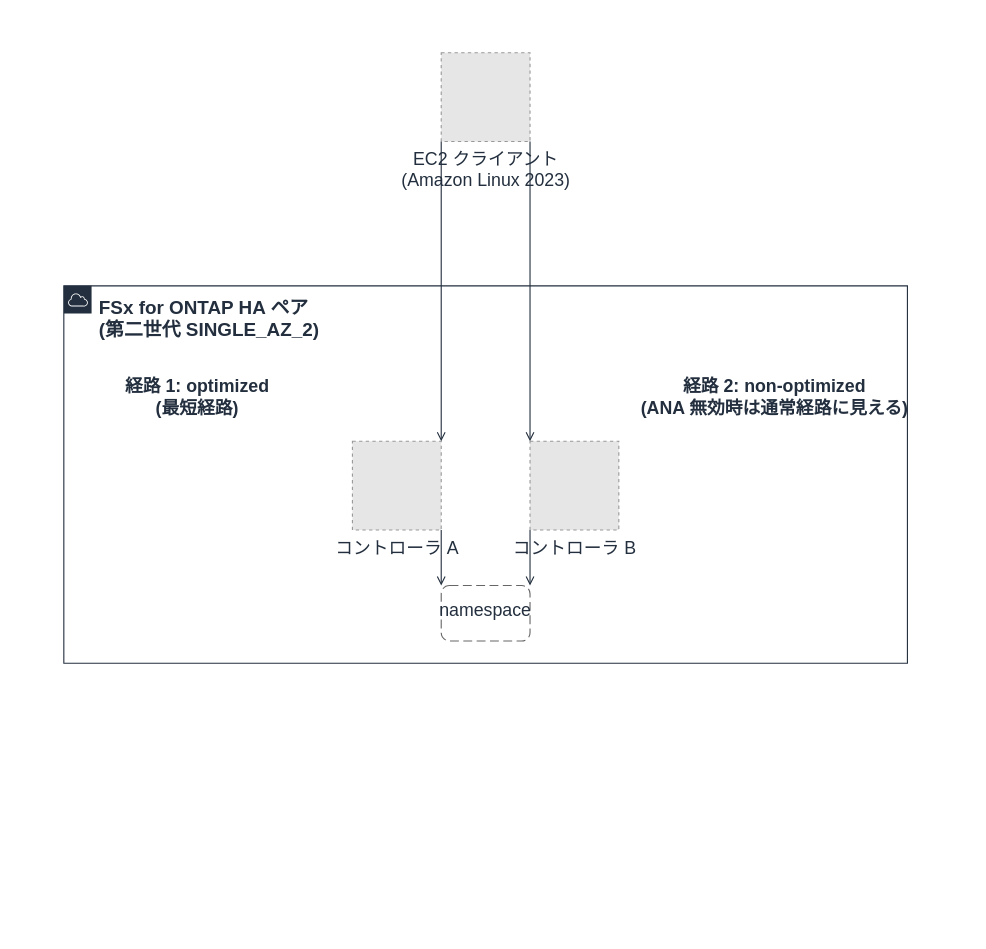
Yoshiki0705/S3-Burst-on-ONTAP-Files keeps this draw.io diagram as docs/_assets/diagrams/s3burst-block-b-multipath.drawio. Above is the earlier version. Source tidied: cells renumbered, new cells numbered last; positions are measured from the earlier drawing's top-left corner, leaving out a move shared by most shapes. Both pictures are drawn from the tidied source at 111%, with x=0, y=0 at pixel (41, 52). Pictures stored in the file or linked from it are replaced by grey dashed boxes.
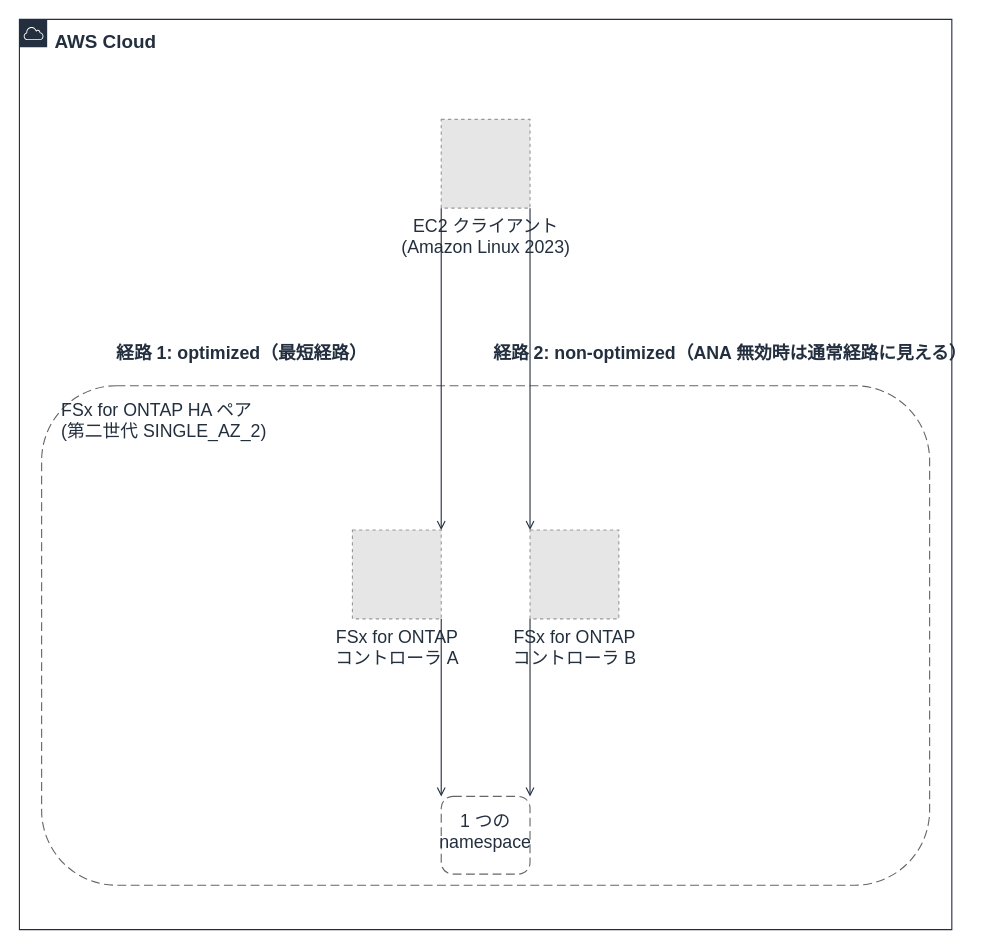
After the change.

What changed in the source:
```diff
@@
 <mxGraphModel>
   <root>
     <mxCell id="0" />
     <mxCell id="1" parent="0" />
+    <mxCell id="13" value="AWS Cloud" style="gradientColor=none;html=1;whiteSpace=wrap;fontSize=17;fontStyle=1;fontColor=#232F3E;shape=mxgraph.aws4.group;grIcon=mxgraph.aws4.group_aws_cloud;strokeColor=#232F3E;fillColor=none;verticalAlign=top;align=left;spacingLeft=30;spacingTop=4;dashed=0;" parent="1" vertex="1">
+      <mxGeometry x="-20" y="-30" width="840" height="820" as="geometry" />
+    </mxCell>
-    <mxCell id="2" value="FSx for ONTAP HA ペア&#10;(第二世代 SINGLE_AZ_2)" style="gradientColor=none;html=1;whiteSpace=wrap;fontSize=17;fontStyle=1;fontColor=#232F3E;shape=mxgraph.aws4.group;grIcon=mxgraph.aws4.group_aws_cloud;strokeColor=#232F3E;fillColor=none;verticalAlign=top;align=left;spacingLeft=30;spacingTop=4;dashed=0;" parent="1" vertex="1">
-      <mxGeometry x="20" y="210" width="760" height="340" as="geometry" />
+    <mxCell id="2" value="FSx for ONTAP HA ペア&#10;(第二世代 SINGLE_AZ_2)" style="rounded=1;whiteSpace=wrap;html=1;dashed=1;dashPattern=8 4;strokeColor=#666666;fillColor=none;fontColor=#232F3E;fontSize=16;verticalAlign=top;align=left;spacingTop=6;spacingLeft=16;" parent="1" vertex="1">
+      <mxGeometry y="300" width="800" height="450" as="geometry" />
     </mxCell>
-    <mxCell id="3" value="namespace" style="rounded=1;whiteSpace=wrap;html=1;dashed=1;dashPattern=8 4;strokeColor=#666666;fillColor=none;fontColor=#232F3E;fontSize=16;verticalAlign=top;align=center;spacingTop=6;" parent="1" vertex="1">
-      <mxGeometry x="360" y="480" width="80" height="50" as="geometry" />
+    <mxCell id="3" value="1 つの namespace" style="rounded=1;whiteSpace=wrap;html=1;dashed=1;dashPattern=8 4;strokeColor=#666666;fillColor=none;fontColor=#232F3E;fontSize=16;verticalAlign=top;align=center;spacingTop=6;" parent="1" vertex="1">
+      <mxGeometry x="360" y="670" width="80" height="70" as="geometry" />
     </mxCell>
-    <mxCell id="4" value="経路 1: optimized&#10;(最短経路)" style="text;html=1;strokeColor=none;fillColor=none;align=center;verticalAlign=middle;fontSize=16;fontStyle=1;fontColor=#232F3E;" parent="1" vertex="1">
-      <mxGeometry y="290" width="280" height="40" as="geometry" />
+    <mxCell id="4" value="経路 1: optimized（最短経路）" style="text;html=1;strokeColor=none;fillColor=none;align=center;verticalAlign=middle;fontSize=16;fontStyle=1;fontColor=#232F3E;" parent="1" vertex="1">
+      <mxGeometry x="-20" y="250" width="400" height="40" as="geometry" />
     </mxCell>
-    <mxCell id="5" value="経路 2: non-optimized&#10;(ANA 無効時は通常経路に見える)" style="text;html=1;strokeColor=none;fillColor=none;align=center;verticalAlign=middle;fontSize=16;fontStyle=1;fontColor=#232F3E;" parent="1" vertex="1">
-      <mxGeometry x="520" y="290" width="280" height="40" as="geometry" />
+    <mxCell id="5" value="経路 2: non-optimized（ANA 無効時は通常経路に見える）" style="text;html=1;strokeColor=none;fillColor=none;align=center;verticalAlign=middle;fontSize=16;fontStyle=1;fontColor=#232F3E;" parent="1" vertex="1">
+      <mxGeometry x="420" y="250" width="400" height="40" as="geometry" />
     </mxCell>
     <mxCell id="6" value="EC2 クライアント&#10;(Amazon Linux 2023)" style="fillColor=#E6E6E6;strokeColor=#999999;dashed=1;html=1;verticalLabelPosition=bottom;verticalAlign=top;labelPosition=center;align=center;fontSize=16;fontColor=#232F3E;" parent="1" vertex="1">
-      <mxGeometry x="360" width="80" height="80" as="geometry" />
+      <mxGeometry x="360" y="60" width="80" height="80" as="geometry" />
     </mxCell>
-    <mxCell id="7" value="コントローラ A" style="fillColor=#E6E6E6;strokeColor=#999999;dashed=1;html=1;verticalLabelPosition=bottom;verticalAlign=top;labelPosition=center;align=center;fontSize=16;fontColor=#232F3E;" parent="1" vertex="1">
-      <mxGeometry x="280" y="350" width="80" height="80" as="geometry" />
+    <mxCell id="7" value="FSx for ONTAP&#10;コントローラ A" style="fillColor=#E6E6E6;strokeColor=#999999;dashed=1;html=1;verticalLabelPosition=bottom;verticalAlign=top;labelPosition=center;align=center;fontSize=16;fontColor=#232F3E;" parent="1" vertex="1">
+      <mxGeometry x="280" y="430" width="80" height="80" as="geometry" />
     </mxCell>
-    <mxCell id="8" value="コントローラ B" style="fillColor=#E6E6E6;strokeColor=#999999;dashed=1;html=1;verticalLabelPosition=bottom;verticalAlign=top;labelPosition=center;align=center;fontSize=16;fontColor=#232F3E;" parent="1" vertex="1">
-      <mxGeometry x="440" y="350" width="80" height="80" as="geometry" />
+    <mxCell id="8" value="FSx for ONTAP&#10;コントローラ B" style="fillColor=#E6E6E6;strokeColor=#999999;dashed=1;html=1;verticalLabelPosition=bottom;verticalAlign=top;labelPosition=center;align=center;fontSize=16;fontColor=#232F3E;" parent="1" vertex="1">
+      <mxGeometry x="440" y="430" width="80" height="80" as="geometry" />
     </mxCell>
     <mxCell id="9" style="edgeStyle=orthogonalEdgeStyle;rounded=0;html=1;endArrow=open;endFill=0;strokeColor=#232F3E;strokeWidth=1;fontSize=16;fontColor=#232F3E;exitX=0.0;exitY=1.0;exitDx=0;exitDy=0;entryX=1.0;entryY=0.0;entryDx=0;entryDy=0;" parent="1" edge="1" source="6" target="7">
       <mxGeometry relative="1" as="geometry" />
     </mxCell>
     <mxCell id="10" style="edgeStyle=orthogonalEdgeStyle;rounded=0;html=1;endArrow=open;endFill=0;strokeColor=#232F3E;strokeWidth=1;fontSize=16;fontColor=#232F3E;exitX=1.0;exitY=1.0;exitDx=0;exitDy=0;entryX=0.0;entryY=0.0;entryDx=0;entryDy=0;" parent="1" edge="1" source="6" target="8">
       <mxGeometry relative="1" as="geometry" />
     </mxCell>
     <mxCell id="11" style="edgeStyle=orthogonalEdgeStyle;rounded=0;html=1;endArrow=open;endFill=0;strokeColor=#232F3E;strokeWidth=1;fontSize=16;fontColor=#232F3E;exitX=1.0;exitY=1.0;exitDx=0;exitDy=0;entryX=0.0;entryY=0.0;entryDx=0;entryDy=0;" parent="1" edge="1" source="7" target="3">
       <mxGeometry relative="1" as="geometry" />
     </mxCell>
     <mxCell id="12" style="edgeStyle=orthogonalEdgeStyle;rounded=0;html=1;endArrow=open;endFill=0;strokeColor=#232F3E;strokeWidth=1;fontSize=16;fontColor=#232F3E;exitX=0.0;exitY=1.0;exitDx=0;exitDy=0;entryX=1.0;entryY=0.0;entryDx=0;entryDy=0;" parent="1" edge="1" source="8" target="3">
       <mxGeometry relative="1" as="geometry" />
     </mxCell>
   </root>
 </mxGraphModel>
```
